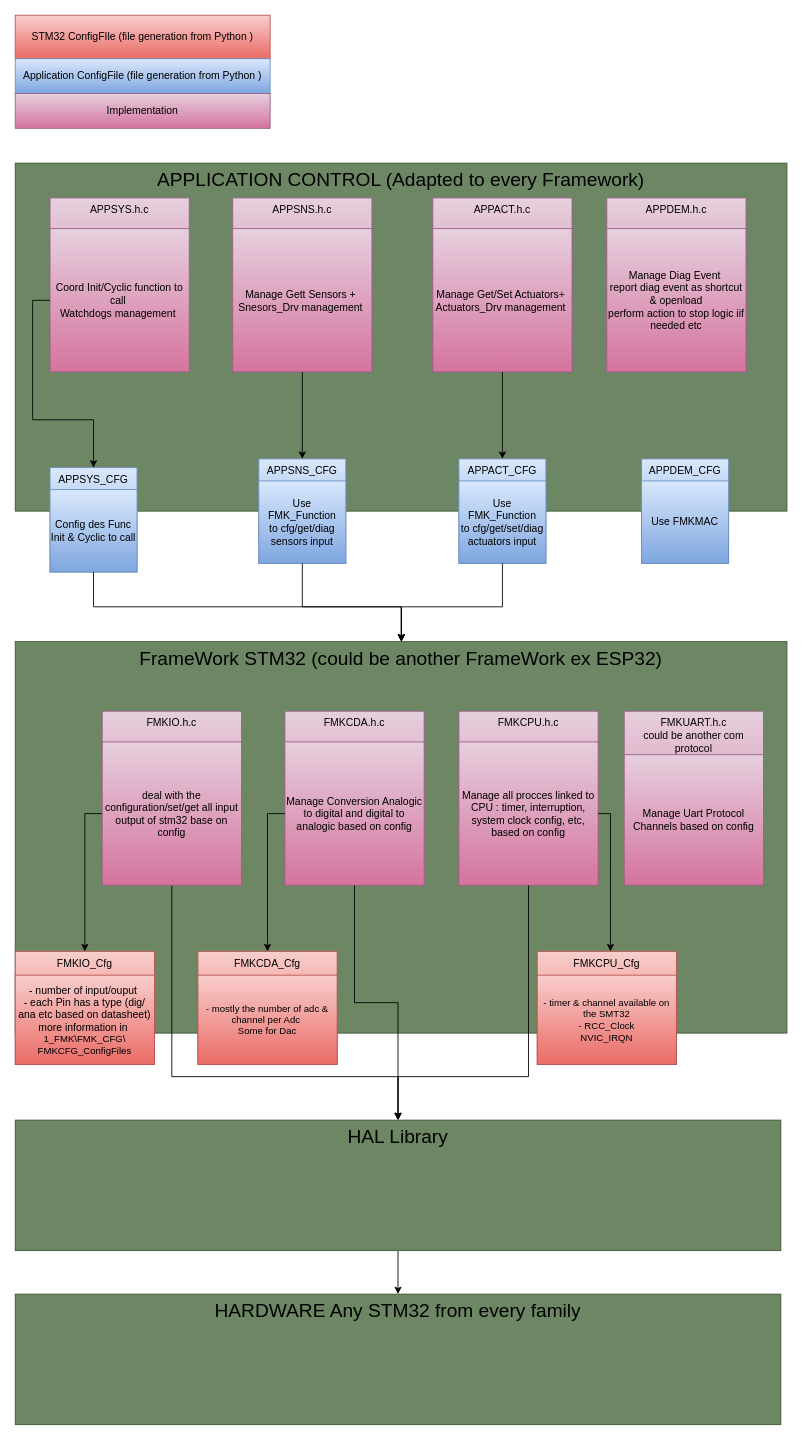
The draw.io diagram Doc/InfoPrj/ArchitecturePrjTpl.drawio in mbarbeau0545/Stm32PrjTpl, before the edit. Source tidied: cells renumbered, new cells numbered last; positions are measured from the earlier drawing's top-left corner, leaving out a move shared by most shapes. Both pictures are drawn from the tidied source at 87%, with x=0, y=0 at pixel (15, 15).
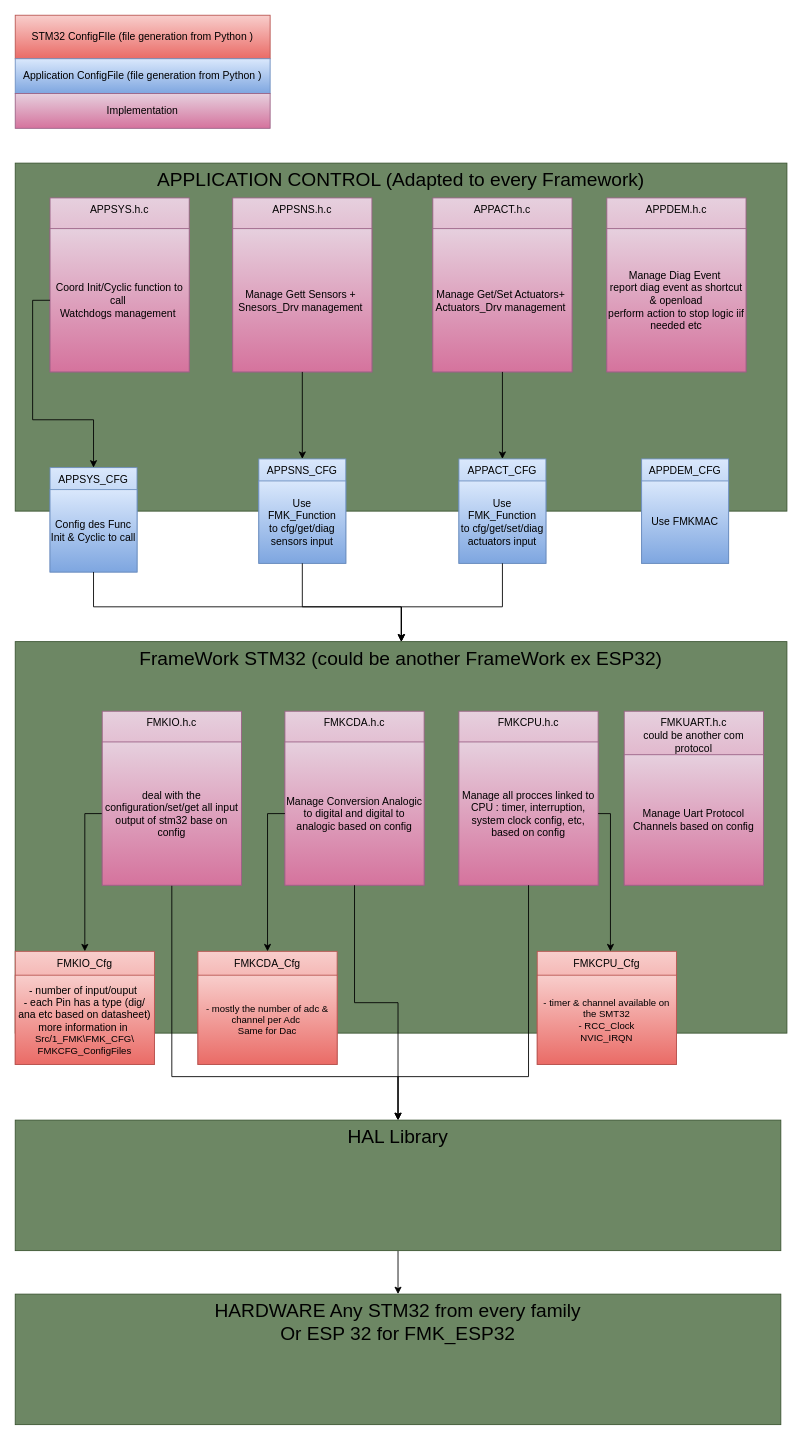
The same diagram, later.

Unchanged cells that the change refers to:
```xml
<mxCell id="29" style="group;" parent="27" vertex="1">
  <mxGeometry width="160" height="130" as="geometry" />
</mxCell>
<mxCell id="33" style="group;" parent="31" vertex="1">
  <mxGeometry width="160" height="130" as="geometry" />
</mxCell>
```

What changed in the source:
```diff
@@
-    <mxCell id="9" value="HARDWARE Any STM32 from every family" style="rounded=0;whiteSpace=wrap;html=1;fillColor=#6d8764;fontColor=#000000;strokeColor=#3A5431;verticalAlign=top;fontSize=22;" parent="1" vertex="1">
+    <mxCell id="9" value="HARDWARE Any STM32 from every family&lt;div&gt;Or ESP 32 for FMK_ESP32&lt;/div&gt;" style="rounded=0;whiteSpace=wrap;html=1;fillColor=#6d8764;fontColor=#000000;strokeColor=#3A5431;verticalAlign=top;fontSize=22;" parent="1" vertex="1">
       <mxGeometry y="1470" width="880" height="150" as="geometry" />
     </mxCell>
@@
-    <mxCell id="30" value="- number of input/ouput&amp;nbsp;&lt;div&gt;- each Pin has a type (dig/ ana etc based on datasheet)&lt;/div&gt;&lt;div&gt;more information in&amp;nbsp;&lt;/div&gt;&lt;div style=&quot;font-size: 11px;&quot;&gt;&lt;font style=&quot;font-size: 11px;&quot;&gt;1_FMK\FMK_CFG\&lt;/font&gt;&lt;/div&gt;&lt;div style=&quot;font-size: 11px;&quot;&gt;&lt;font style=&quot;font-size: 11px;&quot;&gt;FMKCFG_ConfigFiles&lt;/font&gt;&lt;br&gt;&lt;/div&gt;" style="rounded=0;whiteSpace=wrap;html=1;fillColor=#f8cecc;gradientColor=#ea6b66;strokeColor=#b85450;fontColor=#000000;" parent="29" vertex="1">
+    <mxCell id="30" value="- number of input/ouput&amp;nbsp;&lt;div&gt;- each Pin has a type (dig/ ana etc based on datasheet)&lt;/div&gt;&lt;div&gt;more information in&amp;nbsp;&lt;/div&gt;&lt;div style=&quot;font-size: 11px;&quot;&gt;&lt;font style=&quot;font-size: 11px;&quot;&gt;Src/1_FMK\FMK_CFG\&lt;/font&gt;&lt;/div&gt;&lt;div style=&quot;font-size: 11px;&quot;&gt;&lt;font style=&quot;font-size: 11px;&quot;&gt;FMKCFG_ConfigFiles&lt;/font&gt;&lt;br&gt;&lt;/div&gt;" style="rounded=0;whiteSpace=wrap;html=1;fillColor=#f8cecc;gradientColor=#ea6b66;strokeColor=#b85450;fontColor=#000000;" parent="29" vertex="1">
       <mxGeometry y="27.4" width="160" height="102.6" as="geometry" />
     </mxCell>
@@
-    <mxCell id="34" value="&lt;div style=&quot;font-size: 11px;&quot;&gt;- mostly the number of adc &amp;amp; channel per Adc&amp;nbsp;&lt;/div&gt;&lt;div style=&quot;font-size: 11px;&quot;&gt;Some for Dac&lt;/div&gt;" style="rounded=0;whiteSpace=wrap;html=1;fillColor=#f8cecc;gradientColor=#ea6b66;strokeColor=#b85450;fontColor=#000000;" parent="33" vertex="1">
+    <mxCell id="34" value="&lt;div style=&quot;font-size: 11px;&quot;&gt;- mostly the number of adc &amp;amp; channel per Adc&amp;nbsp;&lt;/div&gt;&lt;div style=&quot;font-size: 11px;&quot;&gt;Same for Dac&lt;/div&gt;" style="rounded=0;whiteSpace=wrap;html=1;fillColor=#f8cecc;gradientColor=#ea6b66;strokeColor=#b85450;fontColor=#000000;" parent="33" vertex="1">
       <mxGeometry y="27.4" width="160" height="102.6" as="geometry" />
     </mxCell>
```
